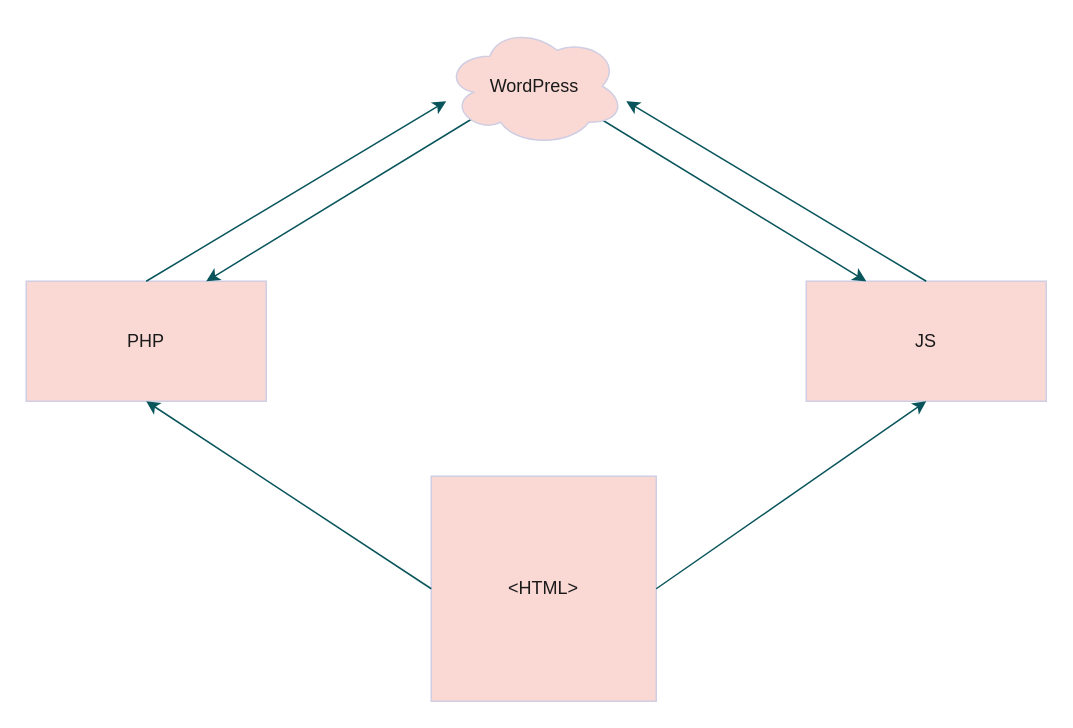
Before: finalexamlogicDiagram.drawio in thatsforschool/graphFolder, a draw.io diagram. Source tidied: cells renumbered, new cells numbered last; positions are measured from the earlier drawing's top-left corner, leaving out a move shared by most shapes. Both pictures are drawn from the tidied source at 150%, with x=0, y=0 at pixel (26, 26).
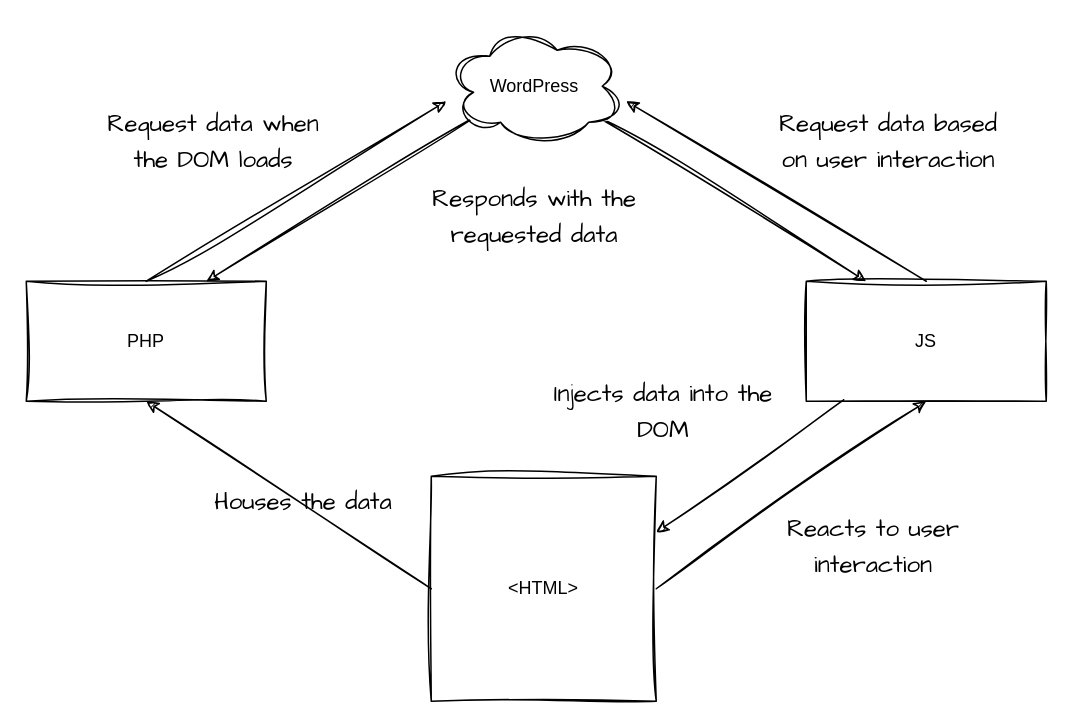
After the change.

Diff of the diagram source:
```diff
@@
-    <mxCell id="2" value="&amp;lt;HTML&amp;gt;" style="whiteSpace=wrap;html=1;labelBackgroundColor=none;fillColor=#FAD9D5;strokeColor=#D0CEE2;fontColor=#1A1A1A;" parent="1" vertex="1">
+    <mxCell id="2" value="&amp;lt;HTML&amp;gt;" style="whiteSpace=wrap;html=1;labelBackgroundColor=none;sketch=1;curveFitting=1;jiggle=2;" parent="1" vertex="1">
       <mxGeometry x="270" y="300" width="150" height="150" as="geometry" />
     </mxCell>
-    <mxCell id="3" value="PHP" style="rounded=0;whiteSpace=wrap;html=1;labelBackgroundColor=none;fillColor=#FAD9D5;strokeColor=#D0CEE2;fontColor=#1A1A1A;" parent="1" vertex="1">
+    <mxCell id="3" value="PHP" style="rounded=0;whiteSpace=wrap;html=1;labelBackgroundColor=none;sketch=1;curveFitting=1;jiggle=2;" parent="1" vertex="1">
       <mxGeometry y="170" width="160" height="80" as="geometry" />
     </mxCell>
-    <mxCell id="4" value="JS" style="rounded=0;whiteSpace=wrap;html=1;labelBackgroundColor=none;fillColor=#FAD9D5;strokeColor=#D0CEE2;fontColor=#1A1A1A;" parent="1" vertex="1">
+    <mxCell id="4" value="JS" style="rounded=0;whiteSpace=wrap;html=1;labelBackgroundColor=none;sketch=1;curveFitting=1;jiggle=2;" parent="1" vertex="1">
       <mxGeometry x="520" y="170" width="160" height="80" as="geometry" />
     </mxCell>
-    <mxCell id="5" style="endArrow=classic;html=1;rounded=0;entryX=0.5;entryY=1;entryDx=0;entryDy=0;exitX=0;exitY=0.5;exitDx=0;exitDy=0;labelBackgroundColor=none;strokeColor=#09555B;fontColor=default;" parent="1" edge="1" source="2" target="3">
+    <mxCell id="5" style="endArrow=classic;html=1;rounded=0;entryX=0.5;entryY=1;entryDx=0;entryDy=0;exitX=0;exitY=0.5;exitDx=0;exitDy=0;labelBackgroundColor=none;fontColor=default;sketch=1;curveFitting=1;jiggle=2;" parent="1" edge="1" source="2" target="3">
       <mxGeometry relative="1" as="geometry" />
     </mxCell>
-    <mxCell id="6" style="endArrow=classic;html=1;rounded=0;exitX=0.5;exitY=0;exitDx=0;exitDy=0;labelBackgroundColor=none;strokeColor=#09555B;fontColor=default;" parent="1" edge="1" source="3">
+    <mxCell id="6" style="endArrow=classic;html=1;rounded=0;exitX=0.5;exitY=0;exitDx=0;exitDy=0;labelBackgroundColor=none;fontColor=default;sketch=1;curveFitting=1;jiggle=2;" parent="1" edge="1" source="3">
       <mxGeometry relative="1" as="geometry">
         <mxPoint x="280" y="50" as="targetPoint" />
       </mxGeometry>
     </mxCell>
-    <mxCell id="7" style="endArrow=classic;html=1;rounded=0;entryX=0.5;entryY=1;entryDx=0;entryDy=0;exitX=1;exitY=0.5;exitDx=0;exitDy=0;labelBackgroundColor=none;strokeColor=#09555B;fontColor=default;" parent="1" edge="1" source="2" target="4">
+    <mxCell id="7" style="endArrow=classic;html=1;rounded=0;entryX=0.5;entryY=1;entryDx=0;entryDy=0;exitX=1;exitY=0.5;exitDx=0;exitDy=0;labelBackgroundColor=none;fontColor=default;sketch=1;curveFitting=1;jiggle=2;" parent="1" edge="1" source="2" target="4">
       <mxGeometry relative="1" as="geometry" />
     </mxCell>
-    <mxCell id="8" style="endArrow=classic;html=1;rounded=0;exitX=0.5;exitY=0;exitDx=0;exitDy=0;labelBackgroundColor=none;strokeColor=#09555B;fontColor=default;" parent="1" edge="1" source="4">
+    <mxCell id="8" style="endArrow=classic;html=1;rounded=0;exitX=0.5;exitY=0;exitDx=0;exitDy=0;labelBackgroundColor=none;fontColor=default;sketch=1;curveFitting=1;jiggle=2;" parent="1" edge="1" source="4">
       <mxGeometry relative="1" as="geometry">
         <mxPoint x="400" y="50" as="targetPoint" />
       </mxGeometry>
     </mxCell>
-    <mxCell id="9" style="endArrow=classic;html=1;rounded=0;strokeColor=#09555B;fontColor=#1A1A1A;entryX=0.25;entryY=0;entryDx=0;entryDy=0;" parent="1" edge="1" target="4">
+    <mxCell id="9" style="endArrow=classic;html=1;rounded=0;fontColor=default;entryX=0.25;entryY=0;entryDx=0;entryDy=0;labelBackgroundColor=none;sketch=1;curveFitting=1;jiggle=2;" parent="1" edge="1" target="4">
       <mxGeometry relative="1" as="geometry">
         <mxPoint x="380" y="60" as="sourcePoint" />
       </mxGeometry>
     </mxCell>
-    <mxCell id="10" style="endArrow=classic;html=1;rounded=0;strokeColor=#09555B;fontColor=#1A1A1A;entryX=0.75;entryY=0;entryDx=0;entryDy=0;" parent="1" edge="1" target="3">
+    <mxCell id="10" style="endArrow=classic;html=1;rounded=0;fontColor=default;entryX=0.75;entryY=0;entryDx=0;entryDy=0;labelBackgroundColor=none;sketch=1;curveFitting=1;jiggle=2;" parent="1" edge="1" target="3">
       <mxGeometry relative="1" as="geometry">
         <mxPoint x="300" y="60" as="sourcePoint" />
       </mxGeometry>
     </mxCell>
-    <mxCell id="11" value="WordPress" style="ellipse;shape=cloud;whiteSpace=wrap;html=1;labelBackgroundColor=none;fillColor=#FAD9D5;strokeColor=#D0CEE2;fontColor=#1A1A1A;" parent="1" vertex="1">
+    <mxCell id="11" value="WordPress" style="ellipse;shape=cloud;whiteSpace=wrap;html=1;labelBackgroundColor=none;sketch=1;curveFitting=1;jiggle=2;" parent="1" vertex="1">
       <mxGeometry x="279" width="120" height="80" as="geometry" />
     </mxCell>
+    <mxCell id="12" value="&lt;font style=&quot;font-size: 16px;&quot;&gt;Request data when the DOM loads&lt;/font&gt;" style="text;html=1;strokeColor=none;fillColor=none;align=center;verticalAlign=middle;whiteSpace=wrap;rounded=0;fontSize=20;fontFamily=Architects Daughter;" parent="1" vertex="1">
+      <mxGeometry x="40" y="60" width="170" height="30" as="geometry" />
+    </mxCell>
+    <mxCell id="13" value="&lt;font style=&quot;font-size: 16px;&quot;&gt;Responds with the requested data&lt;/font&gt;" style="text;html=1;strokeColor=none;fillColor=none;align=center;verticalAlign=middle;whiteSpace=wrap;rounded=0;fontSize=20;fontFamily=Architects Daughter;" parent="1" vertex="1">
+      <mxGeometry x="254" y="110" width="170" height="30" as="geometry" />
+    </mxCell>
+    <mxCell id="14" value="&lt;span style=&quot;font-size: 16px;&quot;&gt;Reacts to user interaction&lt;/span&gt;" style="text;html=1;strokeColor=none;fillColor=none;align=center;verticalAlign=middle;whiteSpace=wrap;rounded=0;fontSize=20;fontFamily=Architects Daughter;" parent="1" vertex="1">
+      <mxGeometry x="480" y="330" width="170" height="30" as="geometry" />
+    </mxCell>
+    <mxCell id="15" value="&lt;span style=&quot;font-size: 16px;&quot;&gt;Request data based on user interaction&lt;/span&gt;" style="text;html=1;strokeColor=none;fillColor=none;align=center;verticalAlign=middle;whiteSpace=wrap;rounded=0;fontSize=20;fontFamily=Architects Daughter;" parent="1" vertex="1">
+      <mxGeometry x="490" y="60" width="170" height="30" as="geometry" />
+    </mxCell>
+    <mxCell id="16" style="endArrow=classic;html=1;rounded=0;sketch=1;hachureGap=4;jiggle=2;curveFitting=1;fontFamily=Architects Daughter;fontSize=16;entryX=1;entryY=0.25;entryDx=0;entryDy=0;exitX=0.156;exitY=0.988;exitDx=0;exitDy=0;exitPerimeter=0;" parent="1" edge="1" source="4" target="2">
+      <mxGeometry relative="1" as="geometry" />
+    </mxCell>
+    <mxCell id="17" value="&lt;span style=&quot;font-size: 16px;&quot;&gt;Injects data into the DOM&lt;/span&gt;" style="text;html=1;strokeColor=none;fillColor=none;align=center;verticalAlign=middle;whiteSpace=wrap;rounded=0;fontSize=20;fontFamily=Architects Daughter;" parent="1" vertex="1">
+      <mxGeometry x="340" y="240" width="170" height="30" as="geometry" />
+    </mxCell>
+    <mxCell id="18" value="&lt;font style=&quot;font-size: 16px;&quot;&gt;Houses the data&lt;/font&gt;" style="text;html=1;strokeColor=none;fillColor=none;align=center;verticalAlign=middle;whiteSpace=wrap;rounded=0;fontSize=20;fontFamily=Architects Daughter;" parent="1" vertex="1">
+      <mxGeometry x="100" y="300" width="170" height="30" as="geometry" />
+    </mxCell>
```
